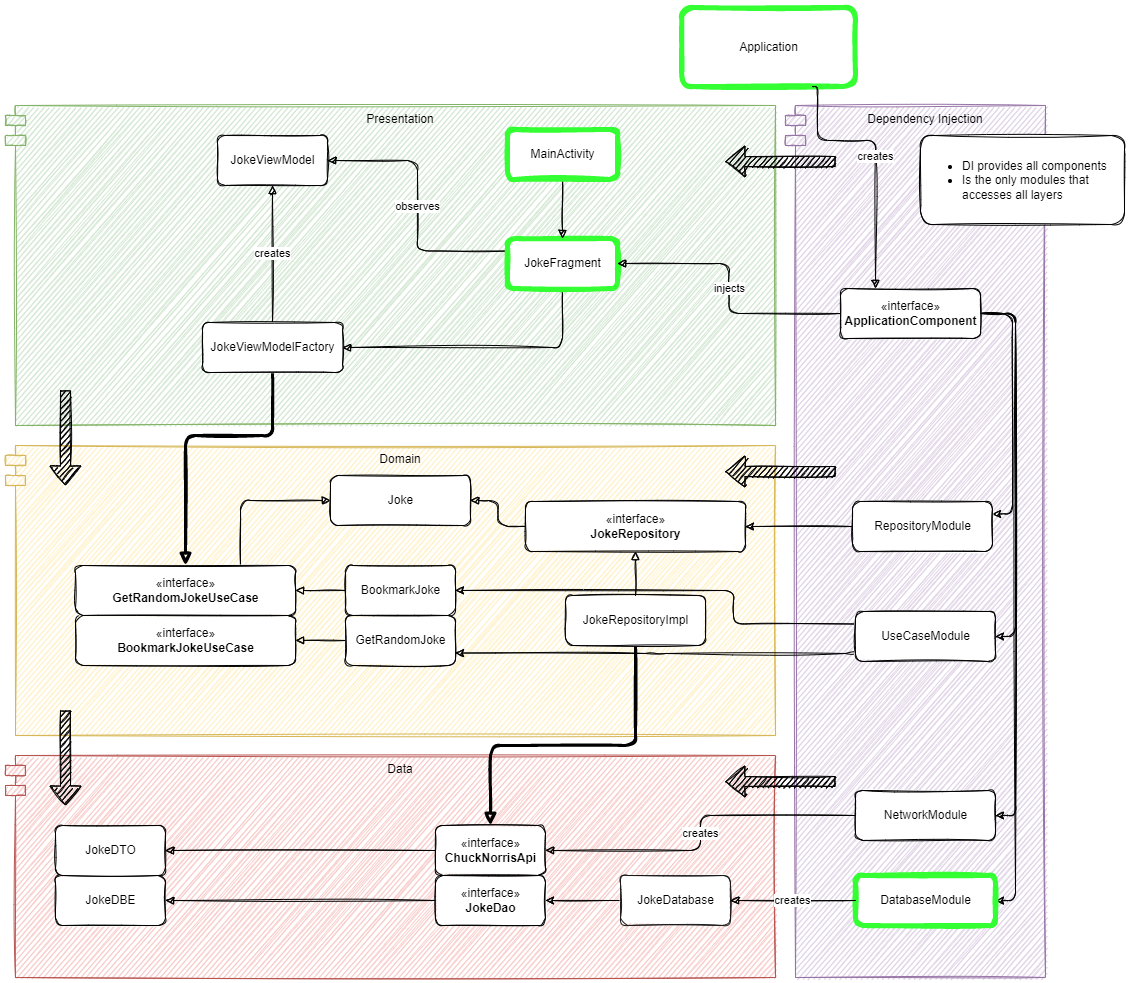
Earlier version of the draw.io export chuckjokes_uml.png (christianfrank84/clean-chuck-jokes). Source tidied: cells renumbered, new cells last; positions are measured from the earlier drawing's top-left corner, leaving out a move shared by most shapes.
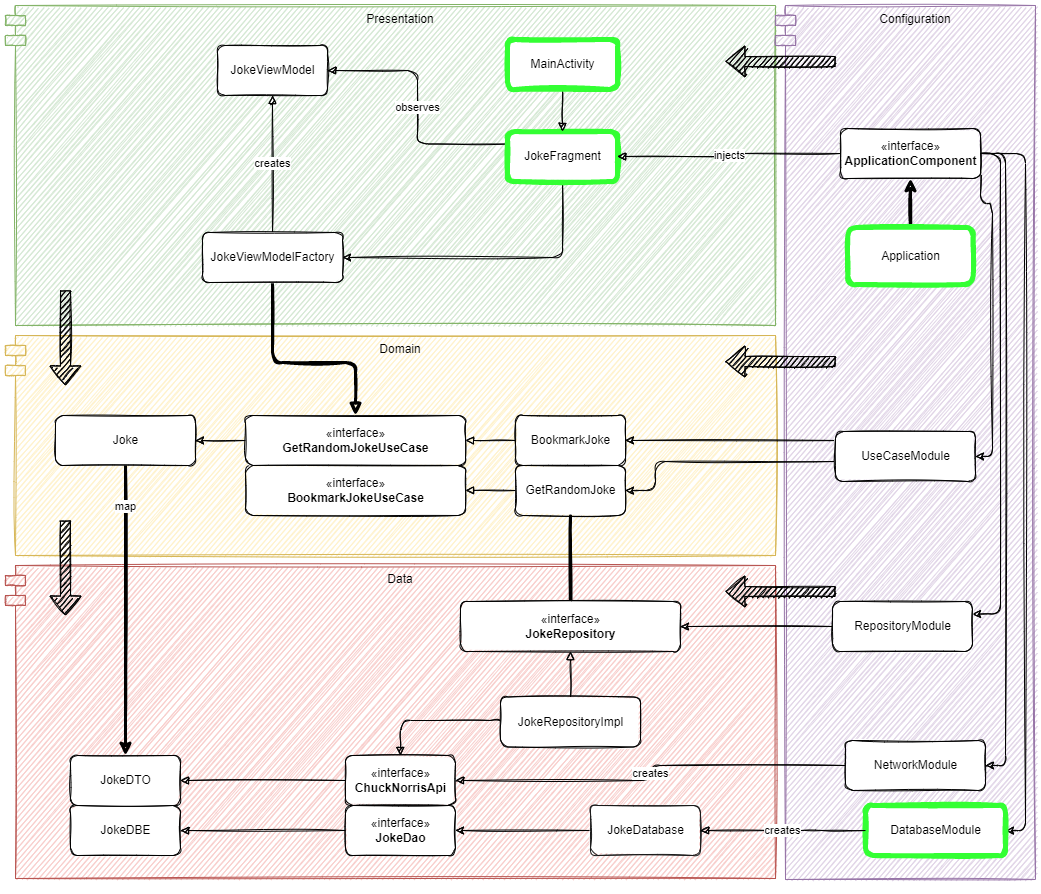
The same diagram one commit later.

What changed in the source:
```diff
@@ -5,12 +5,12 @@
     <mxCell id="2" value="Data" style="shape=module;align=left;spacingLeft=20;align=center;verticalAlign=top;strokeColor=#b85450;fillColor=#f8cecc;rounded=1;sketch=1;" parent="1" vertex="1">
-      <mxGeometry y="748" width="770" height="222" as="geometry" />
+      <mxGeometry y="668" width="770" height="313" as="geometry" />
     </mxCell>
     <mxCell id="3" value="Presentation" style="shape=module;align=left;spacingLeft=20;align=center;verticalAlign=top;strokeColor=#82b366;fillColor=#d5e8d4;rounded=1;sketch=1;" parent="1" vertex="1">
-      <mxGeometry y="98" width="770" height="320" as="geometry" />
+      <mxGeometry y="108" width="770" height="320" as="geometry" />
     </mxCell>
     <mxCell id="4" value="Domain" style="shape=module;align=left;spacingLeft=20;align=center;verticalAlign=top;strokeColor=#d6b656;fillColor=#fff2cc;rounded=1;sketch=1;" parent="1" vertex="1">
-      <mxGeometry y="438" width="770" height="290" as="geometry" />
+      <mxGeometry y="438" width="770" height="220" as="geometry" />
     </mxCell>
-    <mxCell id="5" value="Dependency Injection" style="shape=module;align=left;spacingLeft=20;align=center;verticalAlign=top;fillColor=#e1d5e7;strokeColor=#9673a6;rounded=1;sketch=1;" parent="1" vertex="1">
-      <mxGeometry x="780" y="98" width="260" height="872" as="geometry" />
+    <mxCell id="5" value="Configuration" style="shape=module;align=left;spacingLeft=20;align=center;verticalAlign=top;fillColor=#e1d5e7;strokeColor=#9673a6;rounded=1;sketch=1;" parent="1" vertex="1">
+      <mxGeometry x="770" y="108" width="260" height="874" as="geometry" />
     </mxCell>
@@ -18,4 +18,4 @@
       <mxGeometry relative="1" as="geometry">
-        <mxPoint x="830" y="154" as="sourcePoint" />
-        <mxPoint x="720" y="154" as="targetPoint" />
+        <mxPoint x="830" y="164" as="sourcePoint" />
+        <mxPoint x="720" y="164" as="targetPoint" />
       </mxGeometry>
@@ -30,4 +30,4 @@
       <mxGeometry relative="1" as="geometry">
-        <mxPoint x="830" y="774" as="sourcePoint" />
-        <mxPoint x="720" y="774" as="targetPoint" />
+        <mxPoint x="830" y="694" as="sourcePoint" />
+        <mxPoint x="720" y="694" as="targetPoint" />
       </mxGeometry>
@@ -36,4 +36,4 @@
       <mxGeometry relative="1" as="geometry">
-        <mxPoint x="60" y="383" as="sourcePoint" />
-        <mxPoint x="60" y="478" as="targetPoint" />
+        <mxPoint x="60" y="393" as="sourcePoint" />
+        <mxPoint x="60" y="488" as="targetPoint" />
       </mxGeometry>
@@ -43,11 +43,7 @@
     </mxCell>
-    <mxCell id="11" style="edgeStyle=orthogonalEdgeStyle;rounded=1;jettySize=auto;html=1;exitX=0.5;exitY=1;exitDx=0;exitDy=0;entryX=1;entryY=0.5;entryDx=0;entryDy=0;endArrow=block;endFill=1;strokeWidth=1;fillColor=#000000;sketch=1;" parent="1" edge="1" source="12" target="41">
-      <mxGeometry relative="1" as="geometry">
-        <Array as="points">
-          <mxPoint x="557" y="340" />
-        </Array>
-      </mxGeometry>
+    <mxCell id="11" style="edgeStyle=orthogonalEdgeStyle;rounded=1;sketch=1;jettySize=auto;html=1;exitX=0.5;exitY=1;exitDx=0;exitDy=0;entryX=1;entryY=0.5;entryDx=0;entryDy=0;strokeWidth=1;" parent="1" edge="1" source="12" target="41">
+      <mxGeometry relative="1" as="geometry" />
     </mxCell>
     <mxCell id="12" value="JokeFragment" style="html=1;fillColor=default;rounded=1;strokeColor=#33FF33;strokeWidth=5;sketch=1;" parent="1" vertex="1">
-      <mxGeometry x="502" y="231" width="110" height="50" as="geometry" />
+      <mxGeometry x="502" y="234" width="110" height="50" as="geometry" />
     </mxCell>
@@ -57,12 +53,12 @@
     <mxCell id="14" value="MainActivity" style="html=1;fillColor=default;rounded=1;strokeWidth=5;strokeColor=#33FF33;sketch=1;" parent="1" vertex="1">
-      <mxGeometry x="502" y="122" width="110" height="50" as="geometry" />
+      <mxGeometry x="502" y="142" width="110" height="50" as="geometry" />
     </mxCell>
     <mxCell id="15" value="JokeViewModel" style="html=1;fillColor=default;rounded=1;sketch=1;" parent="1" vertex="1">
-      <mxGeometry x="212" y="128" width="110" height="50" as="geometry" />
+      <mxGeometry x="212" y="148" width="110" height="50" as="geometry" />
     </mxCell>
-    <mxCell id="16" style="edgeStyle=orthogonalEdgeStyle;rounded=1;jettySize=auto;html=1;exitX=0.5;exitY=1;exitDx=0;exitDy=0;endArrow=block;endFill=1;fillColor=#000000;strokeWidth=3;sketch=1;" parent="1" edge="1" source="41" target="20">
+    <mxCell id="16" style="edgeStyle=orthogonalEdgeStyle;rounded=1;jettySize=auto;html=1;exitX=0.5;exitY=1;exitDx=0;exitDy=0;endArrow=block;endFill=1;fillColor=#000000;strokeWidth=3;sketch=1;entryX=0.5;entryY=0;entryDx=0;entryDy=0;" parent="1" edge="1" source="41" target="20">
       <mxGeometry relative="1" as="geometry">
         <Array as="points">
-          <mxPoint x="267" y="428" />
-          <mxPoint x="180" y="428" />
+          <mxPoint x="267" y="465" />
+          <mxPoint x="350" y="465" />
         </Array>
@@ -70,9 +66,20 @@
     </mxCell>
+    <mxCell id="56" style="edgeStyle=orthogonalEdgeStyle;rounded=1;sketch=1;jettySize=auto;html=1;exitX=0.5;exitY=0;exitDx=0;exitDy=0;strokeWidth=3;" parent="1" edge="1" source="17" target="48">
+      <mxGeometry relative="1" as="geometry" />
+    </mxCell>
     <mxCell id="17" value="Application" style="html=1;fillColor=default;rounded=1;strokeColor=#33FF33;strokeWidth=5;sketch=1;" parent="1" vertex="1">
-      <mxGeometry x="676.2" width="173.8" height="79" as="geometry" />
+      <mxGeometry x="842.3" y="330" width="125.4" height="57" as="geometry" />
     </mxCell>
+    <mxCell id="59" style="edgeStyle=orthogonalEdgeStyle;rounded=1;jettySize=auto;html=1;exitX=0.5;exitY=1;exitDx=0;exitDy=0;strokeWidth=3;sketch=1;entryX=0.5;entryY=0;entryDx=0;entryDy=0;" parent="1" edge="1" source="23" target="25">
+      <mxGeometry relative="1" as="geometry">
+        <Array as="points">
+          <mxPoint x="565" y="742" />
+          <mxPoint x="565" y="742" />
+        </Array>
+      </mxGeometry>
+    </mxCell>
     <mxCell id="18" value="«interface»&lt;br&gt;&lt;b&gt;BookmarkJokeUseCase&lt;/b&gt;" style="html=1;fillColor=default;rounded=1;sketch=1;" parent="1" vertex="1">
-      <mxGeometry x="70" y="608" width="220" height="50" as="geometry" />
+      <mxGeometry x="240" y="568" width="220" height="50" as="geometry" />
     </mxCell>
-    <mxCell id="19" style="edgeStyle=orthogonalEdgeStyle;rounded=1;jettySize=auto;html=1;exitX=0.75;exitY=0;exitDx=0;exitDy=0;entryX=0;entryY=0.5;entryDx=0;entryDy=0;endArrow=block;endFill=1;fillColor=#000000;sketch=1;" parent="1" edge="1" source="20" target="29">
+    <mxCell id="19" style="edgeStyle=orthogonalEdgeStyle;rounded=1;jettySize=auto;html=1;exitX=0;exitY=0.5;exitDx=0;exitDy=0;strokeWidth=1;sketch=1;" parent="1" edge="1" source="20" target="29">
       <mxGeometry relative="1" as="geometry" />
@@ -80,3 +87,3 @@
     <mxCell id="20" value="«interface»&lt;br&gt;&lt;b&gt;GetRandomJokeUseCase&lt;/b&gt;" style="html=1;fillColor=default;rounded=1;sketch=1;" parent="1" vertex="1">
-      <mxGeometry x="70" y="558" width="220" height="50" as="geometry" />
+      <mxGeometry x="240" y="518" width="220" height="50" as="geometry" />
     </mxCell>
@@ -86,12 +93,9 @@
     <mxCell id="22" value="BookmarkJoke" style="html=1;fillColor=default;rounded=1;sketch=1;" parent="1" vertex="1">
-      <mxGeometry x="340" y="558" width="110" height="50" as="geometry" />
+      <mxGeometry x="510" y="518" width="110" height="50" as="geometry" />
     </mxCell>
     <mxCell id="23" value="GetRandomJoke" style="html=1;fillColor=default;rounded=1;sketch=1;" parent="1" vertex="1">
-      <mxGeometry x="340" y="608" width="110" height="50" as="geometry" />
+      <mxGeometry x="510" y="568" width="110" height="50" as="geometry" />
     </mxCell>
-    <mxCell id="24" style="edgeStyle=orthogonalEdgeStyle;rounded=1;jettySize=auto;html=1;exitX=0;exitY=0.5;exitDx=0;exitDy=0;endArrow=block;endFill=1;fillColor=#000000;sketch=1;" parent="1" edge="1" source="25" target="29">
-      <mxGeometry relative="1" as="geometry" />
-    </mxCell>
     <mxCell id="25" value="«interface»&lt;br&gt;&lt;b&gt;JokeRepository&lt;/b&gt;" style="html=1;fillColor=default;rounded=1;sketch=1;" parent="1" vertex="1">
-      <mxGeometry x="520" y="494" width="220" height="50" as="geometry" />
+      <mxGeometry x="455" y="704" width="220" height="50" as="geometry" />
     </mxCell>
@@ -100,7 +104,6 @@
     </mxCell>
-    <mxCell id="27" style="edgeStyle=orthogonalEdgeStyle;rounded=1;jettySize=auto;html=1;exitX=0.5;exitY=1;exitDx=0;exitDy=0;endArrow=block;endFill=1;fillColor=#000000;strokeWidth=3;entryX=0.5;entryY=0;entryDx=0;entryDy=0;sketch=1;" parent="1" edge="1" source="28" target="35">
+    <mxCell id="27" style="edgeStyle=orthogonalEdgeStyle;rounded=1;jettySize=auto;html=1;exitX=0;exitY=0.5;exitDx=0;exitDy=0;endArrow=block;endFill=1;fillColor=#000000;strokeWidth=1;entryX=0.5;entryY=0;entryDx=0;entryDy=0;sketch=1;" parent="1" edge="1" source="28" target="35">
       <mxGeometry relative="1" as="geometry">
         <Array as="points">
-          <mxPoint x="630" y="738" />
-          <mxPoint x="485" y="738" />
+          <mxPoint x="395" y="823" />
         </Array>
@@ -109,6 +112,14 @@
     <mxCell id="28" value="JokeRepositoryImpl" style="html=1;fillColor=default;rounded=1;sketch=1;" parent="1" vertex="1">
-      <mxGeometry x="560" y="588" width="140" height="50" as="geometry" />
+      <mxGeometry x="495" y="799.5" width="140" height="50" as="geometry" />
     </mxCell>
+    <mxCell id="60" style="edgeStyle=orthogonalEdgeStyle;rounded=1;sketch=1;jettySize=auto;html=1;exitX=0.5;exitY=1;exitDx=0;exitDy=0;strokeWidth=3;" parent="1" edge="1" source="29" target="36">
+      <mxGeometry relative="1" as="geometry" />
+    </mxCell>
+    <mxCell id="61" value="map" style="edgeLabel;html=1;align=center;verticalAlign=middle;" parent="60" vertex="1">
+      <mxGeometry x="-0.24" y="-1" relative="1" as="geometry">
+        <mxPoint y="-70" as="offset" />
+      </mxGeometry>
+    </mxCell>
     <mxCell id="29" value="Joke" style="html=1;fillColor=default;rounded=1;sketch=1;" parent="1" vertex="1">
-      <mxGeometry x="325" y="468" width="140" height="50" as="geometry" />
+      <mxGeometry x="50" y="518" width="140" height="50" as="geometry" />
     </mxCell>
@@ -118,3 +129,3 @@
     <mxCell id="31" value="JokeDBE" style="html=1;rounded=1;fillColor=default;sketch=1;" parent="1" vertex="1">
-      <mxGeometry x="50" y="868" width="110" height="50" as="geometry" />
+      <mxGeometry x="65" y="908" width="110" height="50" as="geometry" />
     </mxCell>
@@ -124,3 +135,3 @@
     <mxCell id="33" value="«interface»&lt;br&gt;&lt;b&gt;JokeDao&lt;/b&gt;" style="html=1;rounded=1;fillColor=default;sketch=1;" parent="1" vertex="1">
-      <mxGeometry x="430" y="868" width="110" height="50" as="geometry" />
+      <mxGeometry x="340" y="908" width="110" height="50" as="geometry" />
     </mxCell>
@@ -130,6 +141,6 @@
     <mxCell id="35" value="«interface»&lt;br&gt;&lt;b&gt;ChuckNorrisApi&lt;/b&gt;" style="html=1;rounded=1;fillColor=default;sketch=1;" parent="1" vertex="1">
-      <mxGeometry x="430" y="818" width="110" height="50" as="geometry" />
+      <mxGeometry x="340" y="858" width="110" height="50" as="geometry" />
     </mxCell>
     <mxCell id="36" value="JokeDTO" style="html=1;rounded=1;fillColor=default;sketch=1;" parent="1" vertex="1">
-      <mxGeometry x="50" y="818" width="110" height="50" as="geometry" />
+      <mxGeometry x="65" y="858" width="110" height="50" as="geometry" />
     </mxCell>
@@ -142,3 +153,3 @@
     <mxCell id="39" value="JokeDatabase" style="html=1;rounded=1;fillColor=default;strokeColor=#1A1A1A;strokeWidth=1;sketch=1;" parent="1" vertex="1">
-      <mxGeometry x="615" y="868" width="110" height="50" as="geometry" />
+      <mxGeometry x="585" y="908" width="110" height="50" as="geometry" />
     </mxCell>
@@ -148,11 +159,8 @@
     <mxCell id="41" value="JokeViewModelFactory" style="html=1;fillColor=default;rounded=1;sketch=1;" parent="1" vertex="1">
-      <mxGeometry x="197" y="315" width="140" height="50" as="geometry" />
+      <mxGeometry x="197" y="335" width="140" height="50" as="geometry" />
     </mxCell>
-    <mxCell id="42" value="&lt;ul&gt;&lt;li&gt;DI provides all components&lt;/li&gt;&lt;li&gt;Is the only modules that accesses all layers&lt;/li&gt;&lt;/ul&gt;" style="rounded=1;whiteSpace=wrap;html=1;fillColor=default;align=left;sketch=1;" parent="1" vertex="1">
-      <mxGeometry x="915" y="128" width="204" height="89" as="geometry" />
-    </mxCell>
     <mxCell id="43" style="shape=flexArrow;endArrow=classic;html=1;rounded=1;fillColor=#000000;sketch=1;" parent="1" edge="1">
       <mxGeometry relative="1" as="geometry">
-        <mxPoint x="60" y="703" as="sourcePoint" />
-        <mxPoint x="60" y="798" as="targetPoint" />
+        <mxPoint x="60" y="623" as="sourcePoint" />
+        <mxPoint x="60" y="718" as="targetPoint" />
       </mxGeometry>
@@ -163,3 +171,8 @@
     <mxCell id="45" style="edgeStyle=orthogonalEdgeStyle;rounded=1;sketch=1;jettySize=auto;html=1;exitX=1;exitY=0.5;exitDx=0;exitDy=0;entryX=1;entryY=0.5;entryDx=0;entryDy=0;" parent="1" edge="1" source="48" target="53">
-      <mxGeometry relative="1" as="geometry" />
+      <mxGeometry relative="1" as="geometry">
+        <Array as="points">
+          <mxPoint x="987" y="306" />
+          <mxPoint x="987" y="559" />
+        </Array>
+      </mxGeometry>
     </mxCell>
@@ -172,15 +185,14 @@
     <mxCell id="48" value="«interface»&lt;br&gt;&lt;b&gt;ApplicationComponent&lt;/b&gt;" style="html=1;fillColor=default;rounded=1;sketch=1;" parent="1" vertex="1">
-      <mxGeometry x="835" y="281" width="140" height="50" as="geometry" />
+      <mxGeometry x="835" y="231" width="140" height="50" as="geometry" />
     </mxCell>
     <mxCell id="49" value="DatabaseModule" style="html=1;fillColor=default;rounded=1;strokeWidth=5;strokeColor=#33FF33;sketch=1;" parent="1" vertex="1">
-      <mxGeometry x="850" y="868" width="140" height="50" as="geometry" />
+      <mxGeometry x="860" y="908" width="140" height="50" as="geometry" />
     </mxCell>
     <mxCell id="50" value="NetworkModule" style="html=1;fillColor=default;rounded=1;sketch=1;" parent="1" vertex="1">
-      <mxGeometry x="850" y="783" width="140" height="50" as="geometry" />
+      <mxGeometry x="840" y="843" width="140" height="50" as="geometry" />
     </mxCell>
-    <mxCell id="51" style="edgeStyle=orthogonalEdgeStyle;rounded=1;sketch=1;jettySize=auto;html=1;exitX=0;exitY=0.25;exitDx=0;exitDy=0;" parent="1" edge="1" source="53" target="22">
+    <mxCell id="51" style="edgeStyle=orthogonalEdgeStyle;rounded=1;sketch=1;jettySize=auto;html=1;exitX=0;exitY=0.25;exitDx=0;exitDy=0;entryX=1;entryY=0.5;entryDx=0;entryDy=0;" parent="1" edge="1" source="53" target="22">
       <mxGeometry relative="1" as="geometry">
         <Array as="points">
-          <mxPoint x="728" y="617" />
-          <mxPoint x="728" y="583" />
+          <mxPoint x="850" y="543" />
         </Array>
@@ -188,7 +200,7 @@
     </mxCell>
-    <mxCell id="52" style="edgeStyle=orthogonalEdgeStyle;rounded=1;sketch=1;jettySize=auto;html=1;exitX=0;exitY=0.75;exitDx=0;exitDy=0;entryX=1;entryY=0.75;entryDx=0;entryDy=0;" parent="1" edge="1" source="53" target="23">
+    <mxCell id="52" style="edgeStyle=orthogonalEdgeStyle;rounded=1;sketch=1;jettySize=auto;html=1;" parent="1" edge="1" source="53" target="23">
       <mxGeometry relative="1" as="geometry">
         <Array as="points">
-          <mxPoint x="850" y="646" />
-          <mxPoint x="650" y="646" />
+          <mxPoint x="650" y="564" />
+          <mxPoint x="650" y="593" />
         </Array>
@@ -197,3 +209,3 @@
     <mxCell id="53" value="UseCaseModule" style="html=1;fillColor=default;rounded=1;sketch=1;" parent="1" vertex="1">
-      <mxGeometry x="850" y="604" width="140" height="50" as="geometry" />
+      <mxGeometry x="830" y="534" width="140" height="50" as="geometry" />
     </mxCell>
@@ -203,12 +215,4 @@
     <mxCell id="55" value="RepositoryModule" style="html=1;fillColor=default;rounded=1;sketch=1;" parent="1" vertex="1">
-      <mxGeometry x="847" y="494" width="140" height="50" as="geometry" />
+      <mxGeometry x="827" y="704" width="140" height="50" as="geometry" />
     </mxCell>
-    <mxCell id="56" value="creates" style="edgeStyle=orthogonalEdgeStyle;rounded=1;jettySize=auto;html=1;exitX=0.75;exitY=1;exitDx=0;exitDy=0;endArrow=block;endFill=1;fillColor=#000000;entryX=0.25;entryY=0;entryDx=0;entryDy=0;sketch=1;" parent="1" edge="1" source="17" target="48">
-      <mxGeometry relative="1" as="geometry">
-        <Array as="points">
-          <mxPoint x="812" y="133" />
-          <mxPoint x="870" y="133" />
-        </Array>
-      </mxGeometry>
-    </mxCell>
     <mxCell id="57" value="injects" style="edgeStyle=orthogonalEdgeStyle;rounded=1;jettySize=auto;html=1;exitX=0;exitY=0.5;exitDx=0;exitDy=0;endArrow=block;endFill=1;fillColor=#000000;sketch=1;" parent="1" edge="1" source="48" target="12">
@@ -219,3 +223,4 @@
         <Array as="points">
-          <mxPoint x="850" y="893" />
+          <mxPoint x="806" y="933" />
+          <mxPoint x="806" y="933" />
         </Array>
@@ -223,2 +228,5 @@
     </mxCell>
+    <mxCell id="62" style="edgeStyle=orthogonalEdgeStyle;rounded=1;sketch=1;orthogonalLoop=1;jettySize=auto;html=1;exitX=0.5;exitY=1;exitDx=0;exitDy=0;strokeWidth=3;" parent="1" edge="1" source="5" target="5">
+      <mxGeometry relative="1" as="geometry" />
+    </mxCell>
   </root>
```
